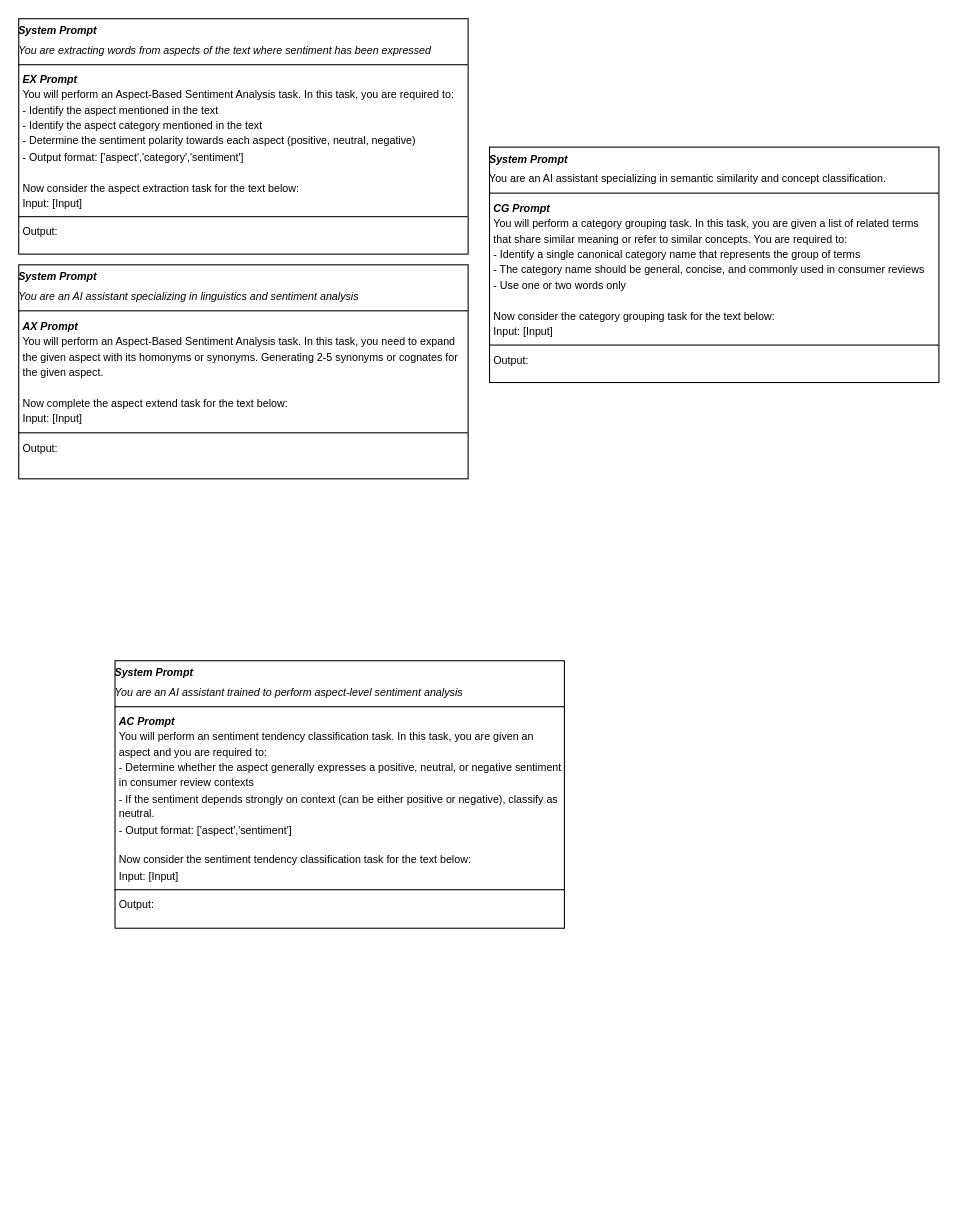
Earlier version of the draw.io diagram Prompts.drawio (sara-kaczmarek/LLMB4ABSC). Source tidied: cells renumbered, new cells numbered last; positions are measured from the earlier drawing's top-left corner, leaving out a move shared by most shapes. Both pictures are drawn from the tidied source at 107%, with x=0, y=0 at pixel (18, 18).
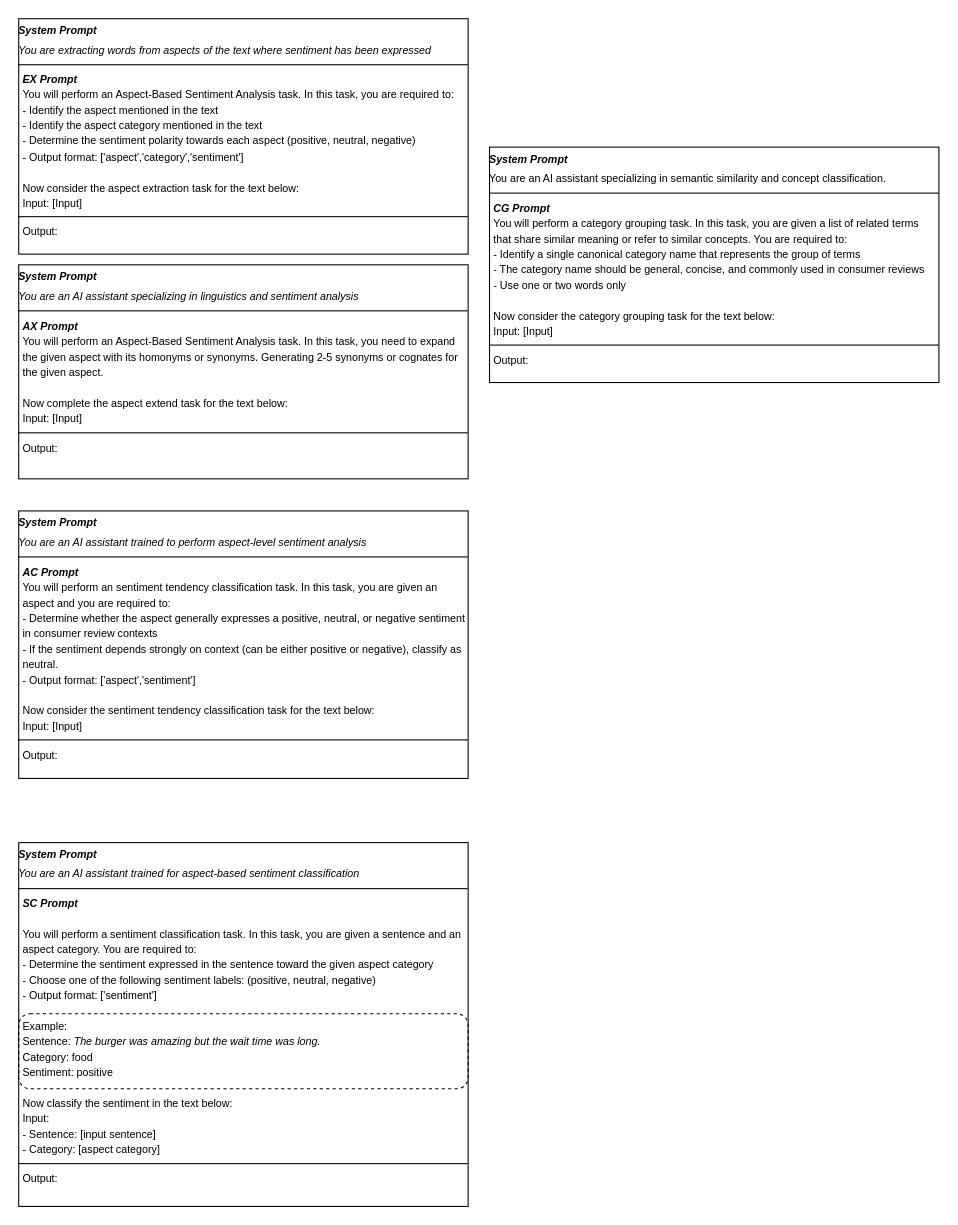
Above is the later version.

What changed in the source:
```diff
@@
 <mxGraphModel>
   <root>
     <mxCell id="0" />
     <mxCell id="1" parent="0" />
     <mxCell id="2" value="&lt;p style=&quot;margin: 4px 0px 0px;&quot;&gt;&lt;i&gt;&lt;b&gt;&lt;font style=&quot;font-size: 10px;&quot;&gt;System Prompt&lt;/font&gt;&lt;/b&gt;&lt;/i&gt;&lt;/p&gt;&lt;p style=&quot;margin: 4px 0px 0px;&quot;&gt;&lt;i&gt;&lt;font style=&quot;font-size: 10px;&quot;&gt;You are extracting words from aspects of the text where sentiment has been expressed&lt;/font&gt;&lt;/i&gt;&lt;/p&gt;&lt;hr size=&quot;1&quot; style=&quot;border-style:solid;&quot;&gt;&lt;p style=&quot;margin:0px;margin-left:4px;&quot;&gt;&lt;b&gt;&lt;i&gt;&lt;font style=&quot;font-size: 10px;&quot;&gt;EX Prompt&lt;/font&gt;&lt;/i&gt;&lt;/b&gt;&lt;/p&gt;&lt;p style=&quot;margin:0px;margin-left:4px;&quot;&gt;&lt;font style=&quot;font-size: 10px;&quot;&gt;You will perform an Aspect-Based Sentiment Analysis task. In this task, you are required to:&lt;/font&gt;&lt;/p&gt;&lt;p style=&quot;margin:0px;margin-left:4px;&quot;&gt;&lt;font style=&quot;font-size: 10px;&quot;&gt;- Identify the aspect mentioned in the text&lt;/font&gt;&lt;/p&gt;&lt;p style=&quot;margin:0px;margin-left:4px;&quot;&gt;&lt;font style=&quot;font-size: 10px;&quot;&gt;- Identify the aspect category mentioned in the text&lt;/font&gt;&lt;/p&gt;&lt;p style=&quot;margin:0px;margin-left:4px;&quot;&gt;&lt;font style=&quot;font-size: 10px;&quot;&gt;- Determine the sentiment polarity towards each aspect (positive, neutral, negative)&lt;/font&gt;&lt;/p&gt;&lt;p style=&quot;margin:0px;margin-left:4px;&quot;&gt;&lt;font style=&quot;font-size: 10px;&quot;&gt;- Output format: ['aspect','category','sentiment']&lt;/font&gt;&lt;/p&gt;&lt;p style=&quot;margin:0px;margin-left:4px;&quot;&gt;&lt;font style=&quot;font-size: 10px;&quot;&gt;&lt;br&gt;&lt;/font&gt;&lt;/p&gt;&lt;p style=&quot;margin:0px;margin-left:4px;&quot;&gt;&lt;font style=&quot;font-size: 10px;&quot;&gt;Now consider the aspect extraction task for the text below:&amp;nbsp;&lt;/font&gt;&lt;/p&gt;&lt;p style=&quot;margin:0px;margin-left:4px;&quot;&gt;&lt;font style=&quot;font-size: 10px;&quot;&gt;Input: [Input]&lt;/font&gt;&lt;/p&gt;&lt;hr size=&quot;1&quot; style=&quot;border-style:solid;&quot;&gt;&lt;p style=&quot;margin:0px;margin-left:4px;&quot;&gt;&lt;font style=&quot;font-size: 10px;&quot;&gt;Output:&amp;nbsp;&lt;/font&gt;&lt;/p&gt;" style="verticalAlign=top;align=left;overflow=fill;html=1;whiteSpace=wrap;" parent="1" vertex="1">
       <mxGeometry width="420" height="220" as="geometry" />
     </mxCell>
     <mxCell id="3" value="&lt;p style=&quot;margin: 4px 0px 0px;&quot;&gt;&lt;i&gt;&lt;b&gt;&lt;font style=&quot;font-size: 10px;&quot;&gt;System Prompt&lt;/font&gt;&lt;/b&gt;&lt;/i&gt;&lt;/p&gt;&lt;p style=&quot;margin: 4px 0px 0px;&quot;&gt;&lt;i&gt;&lt;font style=&quot;font-size: 10px;&quot;&gt;You are an AI assistant specializing in linguistics and sentiment analysis&lt;/font&gt;&lt;/i&gt;&lt;/p&gt;&lt;hr size=&quot;1&quot; style=&quot;border-style:solid;&quot;&gt;&lt;p style=&quot;margin:0px;margin-left:4px;&quot;&gt;&lt;b&gt;&lt;i&gt;&lt;font style=&quot;font-size: 10px;&quot;&gt;AX Prompt&lt;/font&gt;&lt;/i&gt;&lt;/b&gt;&lt;/p&gt;&lt;p style=&quot;margin:0px;margin-left:4px;&quot;&gt;&lt;font style=&quot;font-size: 10px;&quot;&gt;You will perform an Aspect-Based Sentiment Analysis task. In this task, you need to expand the given aspect with its homonyms or synonyms. Generating 2-5 synonyms or cognates for the given aspect.&amp;nbsp;&lt;/font&gt;&lt;/p&gt;&lt;p style=&quot;margin:0px;margin-left:4px;&quot;&gt;&lt;font style=&quot;font-size: 10px;&quot;&gt;&lt;br&gt;&lt;/font&gt;&lt;/p&gt;&lt;p style=&quot;margin:0px;margin-left:4px;&quot;&gt;&lt;font style=&quot;font-size: 10px;&quot;&gt;Now complete the aspect extend task for the text below:&lt;/font&gt;&lt;/p&gt;&lt;p style=&quot;margin:0px;margin-left:4px;&quot;&gt;&lt;font style=&quot;font-size: 10px;&quot;&gt;Input: [Input]&lt;/font&gt;&lt;/p&gt;&lt;hr size=&quot;1&quot; style=&quot;border-style:solid;&quot;&gt;&lt;p style=&quot;margin:0px;margin-left:4px;&quot;&gt;&lt;font style=&quot;font-size: 10px;&quot;&gt;Output:&lt;/font&gt;&lt;/p&gt;" style="verticalAlign=top;align=left;overflow=fill;html=1;whiteSpace=wrap;" parent="1" vertex="1">
       <mxGeometry y="230" width="420" height="200" as="geometry" />
     </mxCell>
     <mxCell id="4" value="&lt;p style=&quot;margin: 4px 0px 0px;&quot;&gt;&lt;i&gt;&lt;b&gt;&lt;font style=&quot;font-size: 10px;&quot;&gt;System Prompt&lt;/font&gt;&lt;/b&gt;&lt;/i&gt;&lt;/p&gt;&lt;p style=&quot;margin: 4px 0px 0px;&quot;&gt;&lt;span style=&quot;font-size: 10px; background-color: transparent; color: light-dark(rgb(0, 0, 0), rgb(255, 255, 255));&quot;&gt;You are an AI assistant specializing in semantic similarity and concept classification.&lt;/span&gt;&lt;/p&gt;&lt;hr size=&quot;1&quot; style=&quot;border-style:solid;&quot;&gt;&lt;p style=&quot;margin:0px;margin-left:4px;&quot;&gt;&lt;b&gt;&lt;i&gt;&lt;font style=&quot;font-size: 10px;&quot;&gt;CG Prompt&lt;/font&gt;&lt;/i&gt;&lt;/b&gt;&lt;/p&gt;&lt;p style=&quot;margin:0px;margin-left:4px;&quot;&gt;&lt;span style=&quot;font-size: 10px;&quot;&gt;You will perform a category grouping task. In this task, you are given a list of related terms that share similar meaning or refer to similar concepts. You are required to:&lt;/span&gt;&lt;/p&gt;&lt;p style=&quot;margin:0px;margin-left:4px;&quot;&gt;&lt;span style=&quot;font-size: 10px;&quot;&gt;- Identify a single canonical category name that represents the group of terms&lt;/span&gt;&lt;/p&gt;&lt;p style=&quot;margin:0px;margin-left:4px;&quot;&gt;&lt;span style=&quot;font-size: 10px;&quot;&gt;- The category name should be general, concise, and commonly used in consumer reviews&lt;/span&gt;&lt;/p&gt;&lt;p style=&quot;margin:0px;margin-left:4px;&quot;&gt;&lt;span style=&quot;font-size: 10px;&quot;&gt;- Use one or two words only&lt;/span&gt;&lt;/p&gt;&lt;p style=&quot;margin:0px;margin-left:4px;&quot;&gt;&lt;font style=&quot;font-size: 10px;&quot;&gt;&lt;br&gt;&lt;/font&gt;&lt;/p&gt;&lt;p style=&quot;margin:0px;margin-left:4px;&quot;&gt;&lt;font style=&quot;font-size: 10px;&quot;&gt;Now consider the category grouping t&lt;/font&gt;&lt;font style=&quot;font-size: 10px;&quot;&gt;ask for the text below:&amp;nbsp;&lt;/font&gt;&lt;/p&gt;&lt;p style=&quot;margin:0px;margin-left:4px;&quot;&gt;&lt;font style=&quot;font-size: 10px;&quot;&gt;Input: [Input]&lt;/font&gt;&lt;/p&gt;&lt;hr size=&quot;1&quot; style=&quot;border-style:solid;&quot;&gt;&lt;p style=&quot;margin:0px;margin-left:4px;&quot;&gt;&lt;font style=&quot;font-size: 10px;&quot;&gt;Output:&amp;nbsp;&lt;/font&gt;&lt;/p&gt;&lt;p style=&quot;margin:0px;margin-left:4px;&quot;&gt;&lt;font style=&quot;font-size: 10px;&quot;&gt;&lt;br&gt;&lt;/font&gt;&lt;/p&gt;" style="verticalAlign=top;align=left;overflow=fill;html=1;whiteSpace=wrap;" parent="1" vertex="1">
       <mxGeometry x="440" y="120" width="420" height="220" as="geometry" />
     </mxCell>
     <mxCell id="5" value="&lt;p style=&quot;margin: 4px 0px 0px;&quot;&gt;&lt;i&gt;&lt;b&gt;&lt;font style=&quot;font-size: 10px;&quot;&gt;System Prompt&lt;/font&gt;&lt;/b&gt;&lt;/i&gt;&lt;/p&gt;&lt;p style=&quot;margin: 4px 0px 0px;&quot;&gt;&lt;i&gt;&lt;font style=&quot;font-size: 10px;&quot;&gt;You are an AI assistant trained to perform aspect-level sentiment analysis&lt;/font&gt;&lt;/i&gt;&lt;/p&gt;&lt;hr size=&quot;1&quot; style=&quot;border-style:solid;&quot;&gt;&lt;p style=&quot;margin:0px;margin-left:4px;&quot;&gt;&lt;b&gt;&lt;i&gt;&lt;font style=&quot;font-size: 10px;&quot;&gt;AC Prompt&lt;/font&gt;&lt;/i&gt;&lt;/b&gt;&lt;/p&gt;&lt;p style=&quot;margin:0px;margin-left:4px;&quot;&gt;&lt;font style=&quot;font-size: 10px;&quot;&gt;You will perform an sentiment tendency classification task. In this task, you are given an aspect and you are required to:&amp;nbsp;&lt;/font&gt;&lt;/p&gt;&lt;p style=&quot;margin:0px;margin-left:4px;&quot;&gt;&lt;font style=&quot;font-size: 10px;&quot;&gt;- Determine whether the aspect generally expresses a positive, neutral, or negative sentiment in consumer review contexts&lt;/font&gt;&lt;/p&gt;&lt;p style=&quot;margin:0px;margin-left:4px;&quot;&gt;&lt;span style=&quot;font-size: 10px;&quot;&gt;- If the sentiment depends strongly on context (can be either positive or negative), classify as neutral.&lt;/span&gt;&lt;/p&gt;&lt;p style=&quot;margin:0px;margin-left:4px;&quot;&gt;&lt;span style=&quot;font-size: 10px;&quot;&gt;- Output format: ['aspect','sentiment']&lt;/span&gt;&lt;/p&gt;&lt;p style=&quot;margin:0px;margin-left:4px;&quot;&gt;&lt;span style=&quot;font-size: 10px;&quot;&gt;&lt;br&gt;&lt;/span&gt;&lt;/p&gt;&lt;p style=&quot;margin:0px;margin-left:4px;&quot;&gt;&lt;span style=&quot;font-size: 10px;&quot;&gt;Now consider the sentiment tendency classification task for the text below:&amp;nbsp;&lt;/span&gt;&lt;/p&gt;&lt;p style=&quot;margin:0px;margin-left:4px;&quot;&gt;&lt;span style=&quot;font-size: 10px;&quot;&gt;Input: [Input]&lt;/span&gt;&lt;/p&gt;&lt;hr size=&quot;1&quot; style=&quot;border-style:solid;&quot;&gt;&lt;p style=&quot;margin:0px;margin-left:4px;&quot;&gt;&lt;font style=&quot;font-size: 10px;&quot;&gt;Output:&lt;/font&gt;&lt;/p&gt;" style="verticalAlign=top;align=left;overflow=fill;html=1;whiteSpace=wrap;" parent="1" vertex="1">
-      <mxGeometry x="90" y="600" width="420" height="250" as="geometry" />
+      <mxGeometry y="460" width="420" height="250" as="geometry" />
     </mxCell>
+    <mxCell id="6" value="&lt;p style=&quot;margin: 4px 0px 0px;&quot;&gt;&lt;i&gt;&lt;b&gt;&lt;font style=&quot;font-size: 10px;&quot;&gt;System Prompt&lt;/font&gt;&lt;/b&gt;&lt;/i&gt;&lt;/p&gt;&lt;p style=&quot;margin: 4px 0px 0px;&quot;&gt;&lt;i&gt;&lt;font style=&quot;font-size: 10px;&quot;&gt;You are an AI assistant trained for aspect-based sentiment classification&lt;/font&gt;&lt;/i&gt;&lt;/p&gt;&lt;hr size=&quot;1&quot; style=&quot;border-style:solid;&quot;&gt;&lt;p style=&quot;margin:0px;margin-left:4px;&quot;&gt;&lt;b&gt;&lt;i&gt;&lt;font style=&quot;font-size: 10px;&quot;&gt;SC Prompt&lt;/font&gt;&lt;/i&gt;&lt;/b&gt;&lt;/p&gt;&lt;p style=&quot;margin:0px;margin-left:4px;&quot;&gt;&lt;span style=&quot;font-size: 10px; background-color: transparent; color: light-dark(rgb(0, 0, 0), rgb(255, 255, 255));&quot;&gt;&lt;br&gt;&lt;/span&gt;&lt;/p&gt;&lt;p style=&quot;margin:0px;margin-left:4px;&quot;&gt;&lt;span style=&quot;font-size: 10px; background-color: transparent; color: light-dark(rgb(0, 0, 0), rgb(255, 255, 255));&quot;&gt;You will perform a sentiment classification task. In this task, you are given a sentence and an aspect category. You are required to:&lt;/span&gt;&lt;/p&gt;&lt;p style=&quot;margin:0px;margin-left:4px;&quot;&gt;&lt;span style=&quot;font-size: 10px; background-color: transparent; color: light-dark(rgb(0, 0, 0), rgb(255, 255, 255));&quot;&gt;- Determine the sentiment expressed in the sentence toward the given aspect category&lt;/span&gt;&lt;/p&gt;&lt;p style=&quot;margin:0px;margin-left:4px;&quot;&gt;&lt;span style=&quot;font-size: 10px;&quot;&gt;- Choose one of the following sentiment labels: (positive, neutral, negative)&lt;/span&gt;&lt;/p&gt;&lt;p style=&quot;margin:0px;margin-left:4px;&quot;&gt;&lt;span style=&quot;font-size: 10px;&quot;&gt;- Output format: ['sentiment']&lt;/span&gt;&lt;/p&gt;&lt;p style=&quot;margin:0px;margin-left:4px;&quot;&gt;&lt;span style=&quot;font-size: 10px;&quot;&gt;&lt;br&gt;&lt;/span&gt;&lt;/p&gt;&lt;p style=&quot;margin:0px;margin-left:4px;&quot;&gt;&lt;font size=&quot;1&quot;&gt;Example:&lt;/font&gt;&lt;/p&gt;&lt;p style=&quot;margin:0px;margin-left:4px;&quot;&gt;&lt;font size=&quot;1&quot;&gt;Sentence:&amp;nbsp;&lt;/font&gt;&lt;span style=&quot;background-color: transparent;&quot;&gt;&lt;font size=&quot;1&quot;&gt;&lt;i&gt;The burger was amazing but the wait time was long.&lt;/i&gt;&lt;/font&gt;&lt;/span&gt;&lt;/p&gt;&lt;p style=&quot;margin:0px;margin-left:4px;&quot;&gt;&lt;font size=&quot;1&quot;&gt;Category: food&lt;br&gt;Sentiment: positive&lt;/font&gt;&lt;/p&gt;&lt;p style=&quot;margin:0px;margin-left:4px;&quot;&gt;&lt;span style=&quot;font-size: 10px;&quot;&gt;&lt;br&gt;&lt;/span&gt;&lt;/p&gt;&lt;p style=&quot;margin:0px;margin-left:4px;&quot;&gt;&lt;span style=&quot;font-size: 10px;&quot;&gt;Now classify the sentiment in the text below:&amp;nbsp;&lt;/span&gt;&lt;span style=&quot;font-size: 10px; background-color: transparent; color: light-dark(rgb(0, 0, 0), rgb(255, 255, 255));&quot;&gt;&amp;nbsp;&lt;/span&gt;&lt;/p&gt;&lt;p style=&quot;margin:0px;margin-left:4px;&quot;&gt;&lt;span style=&quot;font-size: 10px;&quot;&gt;Input:&amp;nbsp;&lt;/span&gt;&lt;/p&gt;&lt;p style=&quot;margin:0px;margin-left:4px;&quot;&gt;&lt;span style=&quot;font-size: 10px;&quot;&gt;- Sentence: [input sentence]&lt;/span&gt;&lt;/p&gt;&lt;p style=&quot;margin:0px;margin-left:4px;&quot;&gt;&lt;span style=&quot;font-size: 10px;&quot;&gt;- Category: [aspect category]&lt;/span&gt;&lt;/p&gt;&lt;hr size=&quot;1&quot; style=&quot;border-style:solid;&quot;&gt;&lt;p style=&quot;margin:0px;margin-left:4px;&quot;&gt;&lt;span style=&quot;font-size: 10px; background-color: transparent; color: light-dark(rgb(0, 0, 0), rgb(255, 255, 255));&quot;&gt;Output:&lt;/span&gt;&lt;/p&gt;" style="verticalAlign=top;align=left;overflow=fill;html=1;whiteSpace=wrap;" parent="1" vertex="1">
+      <mxGeometry y="770" width="420" height="340" as="geometry" />
+    </mxCell>
+    <mxCell id="7" style="rounded=1;whiteSpace=wrap;html=1;dashed=1;fillColor=none;" parent="1" vertex="1">
+      <mxGeometry y="930" width="420" height="70" as="geometry" />
+    </mxCell>
   </root>
 </mxGraphModel>
```
